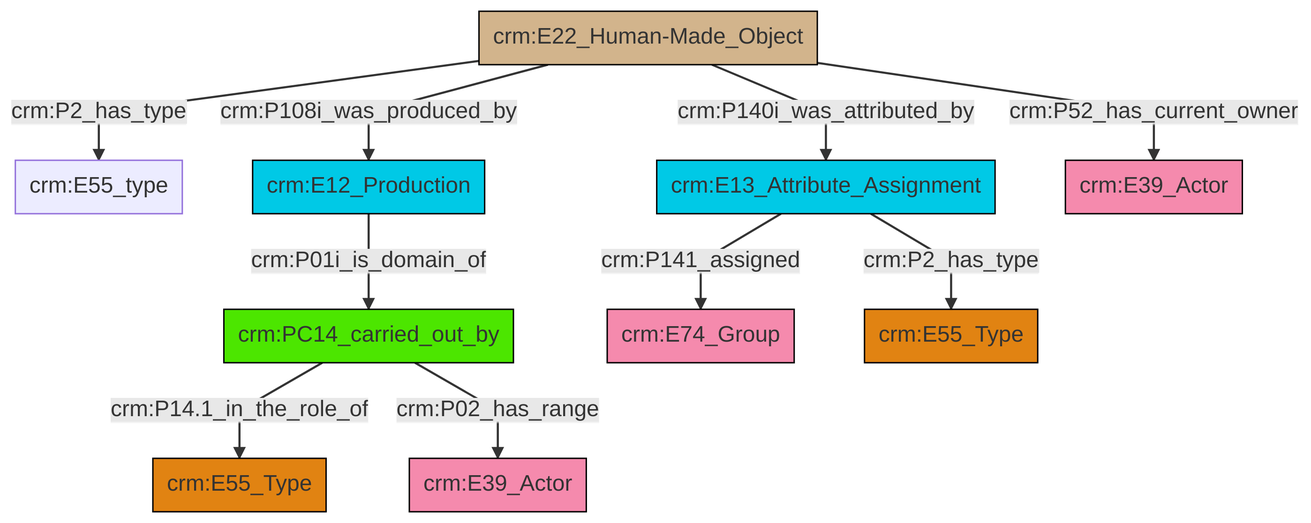
Earlier version of the Mermaid export et/builtWorkCSV/ttl/mmd/png/Built_Work_actor_relations.png (swiss-art-research-net/reference-data-models). Its source is kept beside it as et/builtWorkCSV/ttl/mmd/Built_Work_actor_relations.ttl.mmd.
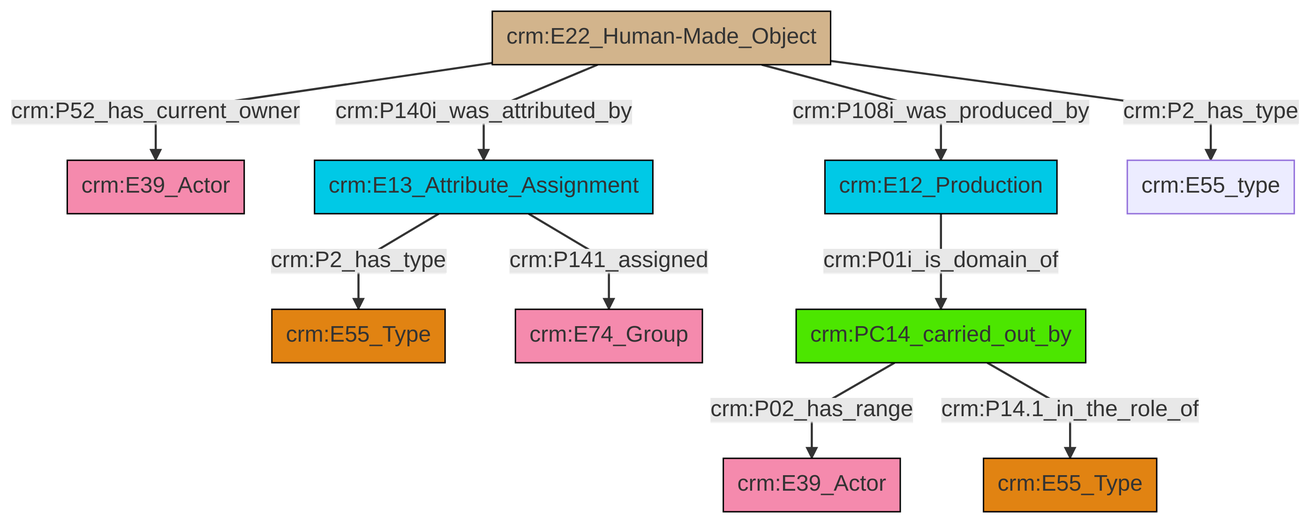
After the commit.

What changed in the source:
```diff
@@ -13,12 +13,12 @@
 classDef PC_Classes fill:#4ce600, stroke:#000000;
 classDef Multi fill:#cccccc,stroke:#000000;
 
-0["crm:E22_Human-Made_Object"]:::Physical_Thing -->|crm:P2_has_type| 1["crm:E55_type"]:::Default
-0["crm:E22_Human-Made_Object"]:::Physical_Thing -->|crm:P108i_was_produced_by| 8["crm:E12_Production"]:::Temporal_Entity
-0["crm:E22_Human-Made_Object"]:::Physical_Thing -->|crm:P140i_was_attributed_by| 4["crm:E13_Attribute_Assignment"]:::Temporal_Entity
-8["crm:E12_Production"]:::Temporal_Entity -->|crm:P01i_is_domain_of| 6["crm:PC14_carried_out_by"]:::PC_Classes
-0["crm:E22_Human-Made_Object"]:::Physical_Thing -->|crm:P52_has_current_owner| 9["crm:E39_Actor"]:::Actor
-4["crm:E13_Attribute_Assignment"]:::Temporal_Entity -->|crm:P2_has_type| 12["crm:E55_Type"]:::Type
-4["crm:E13_Attribute_Assignment"]:::Temporal_Entity -->|crm:P141_assigned| 10["crm:E74_Group"]:::Actor
-6["crm:PC14_carried_out_by"]:::PC_Classes -->|crm:P14.1_in_the_role_of| 2["crm:E55_Type"]:::Type
-6["crm:PC14_carried_out_by"]:::PC_Classes -->|crm:P02_has_range| 16["crm:E39_Actor"]:::Actor
+0["crm:E22_Human-Made_Object"]:::Physical_Thing -->|crm:P52_has_current_owner| 1["crm:E39_Actor"]:::Actor
+7["crm:E13_Attribute_Assignment"]:::Temporal_Entity -->|crm:P141_assigned| 9["crm:E74_Group"]:::Actor
+12["crm:PC14_carried_out_by"]:::PC_Classes -->|crm:P02_has_range| 10["crm:E39_Actor"]:::Actor
+12["crm:PC14_carried_out_by"]:::PC_Classes -->|crm:P14.1_in_the_role_of| 4["crm:E55_Type"]:::Type
+14["crm:E12_Production"]:::Temporal_Entity -->|crm:P01i_is_domain_of| 12["crm:PC14_carried_out_by"]:::PC_Classes
+7["crm:E13_Attribute_Assignment"]:::Temporal_Entity -->|crm:P2_has_type| 2["crm:E55_Type"]:::Type
+0["crm:E22_Human-Made_Object"]:::Physical_Thing -->|crm:P2_has_type| 17["crm:E55_type"]:::Default
+0["crm:E22_Human-Made_Object"]:::Physical_Thing -->|crm:P108i_was_produced_by| 14["crm:E12_Production"]:::Temporal_Entity
+0["crm:E22_Human-Made_Object"]:::Physical_Thing -->|crm:P140i_was_attributed_by| 7["crm:E13_Attribute_Assignment"]:::Temporal_Entity
```
